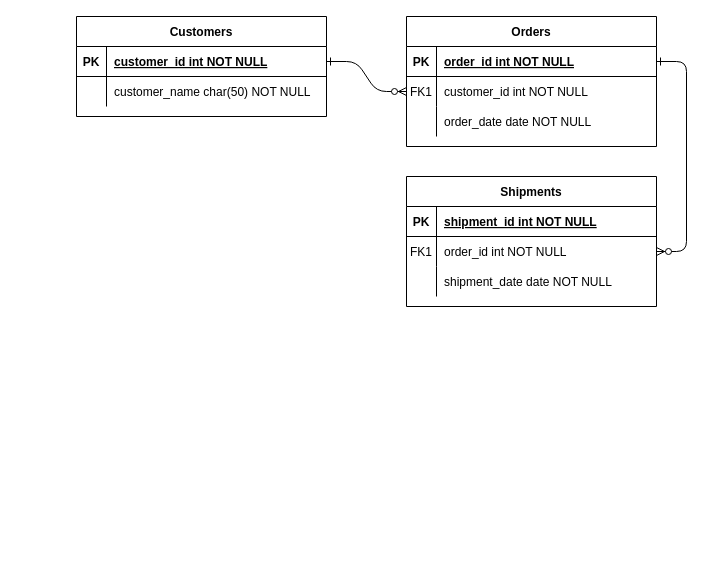
This is Untitled Diagram.drawio from san10p/nosql-er, a draw.io file, before an edit. Source tidied: cells renumbered, new cells numbered last; positions are measured from the earlier drawing's top-left corner, leaving out a move shared by most shapes. Both pictures are drawn from the tidied source at 100%, with x=0, y=0 at pixel (76, 16).
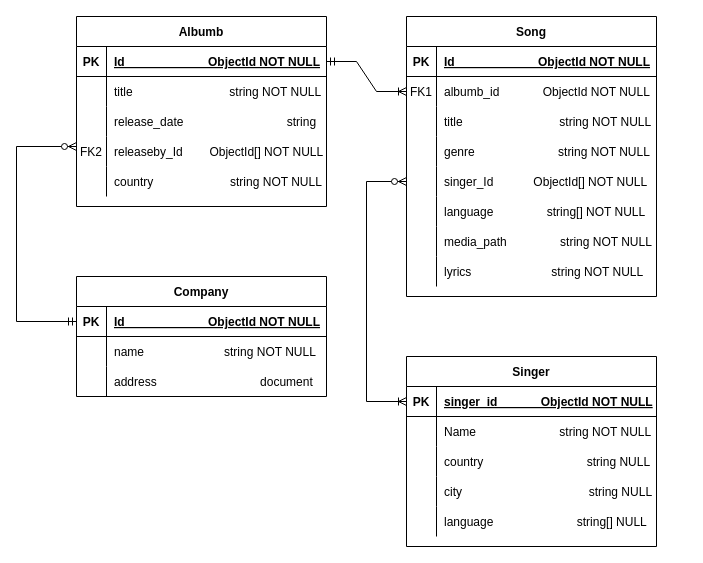
Above is the later version.

The change refers to these unchanged cells:
```xml
<mxCell id="5" style="shape=partialRectangle;fillColor=none;points=[[0,0.5],[1,0.5]];portConstraint=eastwest;top=0;left=0;right=0;bottom=1;" parent="4" vertex="1">
  <mxGeometry y="30" width="250" height="30" as="geometry" />
</mxCell>
<mxCell id="8" style="shape=partialRectangle;fillColor=none;points=[[0,0.5],[1,0.5]];portConstraint=eastwest;top=0;left=0;right=0;bottom=0;" parent="4" vertex="1">
  <mxGeometry y="60" width="250" height="30" as="geometry" />
</mxCell>
<mxCell id="11" style="shape=partialRectangle;fillColor=none;top=0;left=0;right=0;bottom=0;" parent="4" vertex="1">
  <mxGeometry y="90" width="250" height="30" as="geometry" />
</mxCell>
<mxCell id="15" style="shape=partialRectangle;fillColor=none;top=0;left=0;right=0;bottom=1;" parent="14" vertex="1">
  <mxGeometry y="30" width="250" height="30" as="geometry" />
</mxCell>
<mxCell id="18" style="shape=partialRectangle;fillColor=none;points=[[0,0.5],[1,0.5]];portConstraint=eastwest;top=0;left=0;right=0;bottom=0;" parent="14" vertex="1">
  <mxGeometry y="60" width="250" height="30" as="geometry" />
</mxCell>
<mxCell id="21" style="shape=partialRectangle;fillColor=none;top=0;left=0;right=0;bottom=0;" parent="14" vertex="1">
  <mxGeometry y="90" width="250" height="30" as="geometry" />
</mxCell>
<mxCell id="25" style="shape=partialRectangle;fillColor=none;points=[[0,0.5],[1,0.5]];portConstraint=eastwest;top=0;left=0;right=0;bottom=1;" parent="24" vertex="1">
  <mxGeometry y="30" width="250" height="30" as="geometry" />
</mxCell>
<mxCell id="28" style="shape=partialRectangle;fillColor=none;top=0;left=0;right=0;bottom=0;" parent="24" vertex="1">
  <mxGeometry y="60" width="250" height="30" as="geometry" />
</mxCell>
```

The edit, as a diff of the source:
```diff
@@
-    <mxCell id="2" style="edgeStyle=entityRelationEdgeStyle;endArrow=ERzeroToMany;startArrow=ERone;endFill=1;startFill=0;" parent="1" edge="1" source="25" target="8">
-      <mxGeometry relative="1" as="geometry" />
-    </mxCell>
-    <mxCell id="3" style="edgeStyle=entityRelationEdgeStyle;endArrow=ERzeroToMany;startArrow=ERone;endFill=1;startFill=0;" parent="1" edge="1" source="5" target="18">
-      <mxGeometry relative="1" as="geometry" />
-    </mxCell>
-    <mxCell id="4" value="Orders" style="shape=table;startSize=30;childLayout=tableLayout;rowLines=0;fontStyle=1;align=center;" parent="1" vertex="1">
-      <mxGeometry x="330" width="250" height="130" as="geometry" />
+    <mxCell id="4" value="Song" style="shape=table;startSize=30;childLayout=tableLayout;rowLines=0;fontStyle=1;align=center;" parent="1" vertex="1">
+      <mxGeometry x="330" width="250" height="280" as="geometry" />
     </mxCell>
@@
-    <mxCell id="7" value="order_id int NOT NULL " style="shape=partialRectangle;overflow=hidden;fillColor=none;top=0;left=0;bottom=0;right=0;align=left;spacingLeft=6;fontStyle=5;" parent="5" vertex="1">
+    <mxCell id="7" value="Id                         ObjectId NOT NULL " style="shape=partialRectangle;overflow=hidden;fillColor=none;top=0;left=0;bottom=0;right=0;align=left;spacingLeft=6;fontStyle=5;" parent="5" vertex="1">
       <mxGeometry x="30" width="220" height="30" as="geometry" />
     </mxCell>
@@
-    <mxCell id="10" value="customer_id int NOT NULL" style="shape=partialRectangle;overflow=hidden;fillColor=none;top=0;left=0;bottom=0;right=0;align=left;spacingLeft=6;" parent="8" vertex="1">
+    <mxCell id="10" value="albumb_id             ObjectId NOT NULL" style="shape=partialRectangle;overflow=hidden;fillColor=none;top=0;left=0;bottom=0;right=0;align=left;spacingLeft=6;" parent="8" vertex="1">
       <mxGeometry x="30" width="220" height="30" as="geometry" />
     </mxCell>
@@
-    <mxCell id="13" value="order_date date NOT NULL" style="shape=partialRectangle;overflow=hidden;fillColor=none;top=0;left=0;bottom=0;right=0;align=left;spacingLeft=6;" parent="11" vertex="1">
+    <mxCell id="13" value="title                             string NOT NULL" style="shape=partialRectangle;overflow=hidden;fillColor=none;top=0;left=0;bottom=0;right=0;align=left;spacingLeft=6;" parent="11" vertex="1">
       <mxGeometry x="30" width="220" height="30" as="geometry" />
     </mxCell>
+    <mxCell id="31" style="shape=partialRectangle;fillColor=none;top=0;left=0;right=0;bottom=0;" parent="4" vertex="1">
+      <mxGeometry y="120" width="250" height="30" as="geometry" />
+    </mxCell>
+    <mxCell id="32" style="shape=partialRectangle;overflow=hidden;fillColor=none;top=0;left=0;bottom=0;right=0;" parent="31" vertex="1">
+      <mxGeometry width="30" height="30" as="geometry" />
+    </mxCell>
+    <mxCell id="33" value="genre                         string NOT NULL" style="shape=partialRectangle;overflow=hidden;fillColor=none;top=0;left=0;bottom=0;right=0;align=left;spacingLeft=6;" parent="31" vertex="1">
+      <mxGeometry x="30" width="220" height="30" as="geometry" />
+    </mxCell>
+    <mxCell id="34" style="shape=partialRectangle;fillColor=none;points=[[0,0.5],[1,0.5]];portConstraint=eastwest;top=0;left=0;right=0;bottom=0;" parent="4" vertex="1">
+      <mxGeometry y="150" width="250" height="30" as="geometry" />
+    </mxCell>
+    <mxCell id="35" style="shape=partialRectangle;overflow=hidden;fillColor=none;top=0;left=0;bottom=0;right=0;" parent="34" vertex="1">
+      <mxGeometry width="30" height="30" as="geometry" />
+    </mxCell>
+    <mxCell id="36" value="singer_Id            ObjectId[] NOT NULL" style="shape=partialRectangle;overflow=hidden;fillColor=none;top=0;left=0;bottom=0;right=0;align=left;spacingLeft=6;" parent="34" vertex="1">
+      <mxGeometry x="30" width="220" height="30" as="geometry" />
+    </mxCell>
+    <mxCell id="37" style="shape=partialRectangle;fillColor=none;top=0;left=0;right=0;bottom=0;" parent="4" vertex="1">
+      <mxGeometry y="180" width="250" height="30" as="geometry" />
+    </mxCell>
+    <mxCell id="38" style="shape=partialRectangle;overflow=hidden;fillColor=none;top=0;left=0;bottom=0;right=0;" parent="37" vertex="1">
+      <mxGeometry width="30" height="30" as="geometry" />
+    </mxCell>
+    <mxCell id="39" value="language                string[] NOT NULL" style="shape=partialRectangle;overflow=hidden;fillColor=none;top=0;left=0;bottom=0;right=0;align=left;spacingLeft=6;" parent="37" vertex="1">
+      <mxGeometry x="30" width="220" height="30" as="geometry" />
+    </mxCell>
+    <mxCell id="40" style="shape=partialRectangle;fillColor=none;top=0;left=0;right=0;bottom=0;" parent="4" vertex="1">
+      <mxGeometry y="210" width="250" height="30" as="geometry" />
+    </mxCell>
+    <mxCell id="41" style="shape=partialRectangle;overflow=hidden;fillColor=none;top=0;left=0;bottom=0;right=0;" parent="40" vertex="1">
+      <mxGeometry width="30" height="30" as="geometry" />
+    </mxCell>
+    <mxCell id="42" value="media_path                string NOT NULL" style="shape=partialRectangle;overflow=hidden;fillColor=none;top=0;left=0;bottom=0;right=0;align=left;spacingLeft=6;" parent="40" vertex="1">
+      <mxGeometry x="30" width="220" height="30" as="geometry" />
+    </mxCell>
+    <mxCell id="43" style="shape=partialRectangle;fillColor=none;top=0;left=0;right=0;bottom=0;" parent="4" vertex="1">
+      <mxGeometry y="240" width="250" height="30" as="geometry" />
+    </mxCell>
+    <mxCell id="44" style="shape=partialRectangle;overflow=hidden;fillColor=none;top=0;left=0;bottom=0;right=0;" parent="43" vertex="1">
+      <mxGeometry width="30" height="30" as="geometry" />
+    </mxCell>
+    <mxCell id="45" value="lyrics                        string NOT NULL" style="shape=partialRectangle;overflow=hidden;fillColor=none;top=0;left=0;bottom=0;right=0;align=left;spacingLeft=6;" parent="43" vertex="1">
+      <mxGeometry x="30" width="220" height="30" as="geometry" />
+    </mxCell>
-    <mxCell id="14" value="Shipments" style="shape=table;startSize=30;childLayout=tableLayout;rowLines=0;fontStyle=1;align=center;" parent="1" vertex="1">
-      <mxGeometry x="330" y="160" width="250" height="130" as="geometry" />
+    <mxCell id="14" value="Singer" style="shape=table;startSize=30;childLayout=tableLayout;rowLines=0;fontStyle=1;align=center;" parent="1" vertex="1">
+      <mxGeometry x="330" y="340" width="250" height="190" as="geometry" />
     </mxCell>
@@
-    <mxCell id="17" value="shipment_id int NOT NULL " style="shape=partialRectangle;overflow=hidden;fillColor=none;top=0;left=0;bottom=0;right=0;align=left;spacingLeft=6;fontStyle=5;" parent="15" vertex="1">
+    <mxCell id="17" value="singer_id             ObjectId NOT NULL " style="shape=partialRectangle;overflow=hidden;fillColor=none;top=0;left=0;bottom=0;right=0;align=left;spacingLeft=6;fontStyle=5;" parent="15" vertex="1">
       <mxGeometry x="30" width="220" height="30" as="geometry" />
     </mxCell>
@@
-    <mxCell id="19" value="FK1" style="shape=partialRectangle;overflow=hidden;fillColor=none;top=0;left=0;bottom=0;right=0;" parent="18" vertex="1">
+    <mxCell id="19" style="shape=partialRectangle;overflow=hidden;fillColor=none;top=0;left=0;bottom=0;right=0;" parent="18" vertex="1">
       <mxGeometry width="30" height="30" as="geometry" />
     </mxCell>
-    <mxCell id="20" value="order_id int NOT NULL" style="shape=partialRectangle;overflow=hidden;fillColor=none;top=0;left=0;bottom=0;right=0;align=left;spacingLeft=6;" parent="18" vertex="1">
+    <mxCell id="20" value="Name                         string NOT NULL" style="shape=partialRectangle;overflow=hidden;fillColor=none;top=0;left=0;bottom=0;right=0;align=left;spacingLeft=6;" parent="18" vertex="1">
       <mxGeometry x="30" width="220" height="30" as="geometry" />
     </mxCell>
@@
-    <mxCell id="23" value="shipment_date date NOT NULL" style="shape=partialRectangle;overflow=hidden;fillColor=none;top=0;left=0;bottom=0;right=0;align=left;spacingLeft=6;" parent="21" vertex="1">
+    <mxCell id="23" value="country                               string NULL" style="shape=partialRectangle;overflow=hidden;fillColor=none;top=0;left=0;bottom=0;right=0;align=left;spacingLeft=6;" parent="21" vertex="1">
       <mxGeometry x="30" width="220" height="30" as="geometry" />
     </mxCell>
+    <mxCell id="46" style="shape=partialRectangle;fillColor=none;top=0;left=0;right=0;bottom=0;" parent="14" vertex="1">
+      <mxGeometry y="120" width="250" height="30" as="geometry" />
+    </mxCell>
+    <mxCell id="47" style="shape=partialRectangle;overflow=hidden;fillColor=none;top=0;left=0;bottom=0;right=0;" parent="46" vertex="1">
+      <mxGeometry width="30" height="30" as="geometry" />
+    </mxCell>
+    <mxCell id="48" value="city                                      string NULL" style="shape=partialRectangle;overflow=hidden;fillColor=none;top=0;left=0;bottom=0;right=0;align=left;spacingLeft=6;" parent="46" vertex="1">
+      <mxGeometry x="30" width="220" height="30" as="geometry" />
+    </mxCell>
+    <mxCell id="49" style="shape=partialRectangle;fillColor=none;top=0;left=0;right=0;bottom=0;" parent="14" vertex="1">
+      <mxGeometry y="150" width="250" height="30" as="geometry" />
+    </mxCell>
+    <mxCell id="50" style="shape=partialRectangle;overflow=hidden;fillColor=none;top=0;left=0;bottom=0;right=0;" parent="49" vertex="1">
+      <mxGeometry width="30" height="30" as="geometry" />
+    </mxCell>
+    <mxCell id="51" value="language                         string[] NULL" style="shape=partialRectangle;overflow=hidden;fillColor=none;top=0;left=0;bottom=0;right=0;align=left;spacingLeft=6;" parent="49" vertex="1">
+      <mxGeometry x="30" width="220" height="30" as="geometry" />
+    </mxCell>
-    <mxCell id="24" value="Customers" style="shape=table;startSize=30;childLayout=tableLayout;rowLines=0;fontStyle=1;align=center;" parent="1" vertex="1">
-      <mxGeometry width="250" height="100" as="geometry" />
+    <mxCell id="24" value="Albumb" style="shape=table;startSize=30;childLayout=tableLayout;rowLines=0;fontStyle=1;align=center;" parent="1" vertex="1">
+      <mxGeometry width="250" height="190" as="geometry" />
     </mxCell>
@@
-    <mxCell id="27" value="customer_id int NOT NULL " style="shape=partialRectangle;overflow=hidden;fillColor=none;top=0;left=0;bottom=0;right=0;align=left;spacingLeft=6;fontStyle=5;" parent="25" vertex="1">
+    <mxCell id="27" value="Id                         ObjectId NOT NULL " style="shape=partialRectangle;overflow=hidden;fillColor=none;top=0;left=0;bottom=0;right=0;align=left;spacingLeft=6;fontStyle=5;" parent="25" vertex="1">
       <mxGeometry x="30" width="220" height="30" as="geometry" />
     </mxCell>
@@
-    <mxCell id="30" value="customer_name char(50) NOT NULL" style="shape=partialRectangle;overflow=hidden;fillColor=none;top=0;left=0;bottom=0;right=0;align=left;spacingLeft=6;" parent="28" vertex="1">
+    <mxCell id="30" value="title                             string NOT NULL" style="shape=partialRectangle;overflow=hidden;fillColor=none;top=0;left=0;bottom=0;right=0;align=left;spacingLeft=6;" parent="28" vertex="1">
       <mxGeometry x="30" width="220" height="30" as="geometry" />
     </mxCell>
+    <mxCell id="52" style="shape=partialRectangle;fillColor=none;top=0;left=0;right=0;bottom=0;" parent="24" vertex="1">
+      <mxGeometry y="90" width="250" height="30" as="geometry" />
+    </mxCell>
+    <mxCell id="53" style="shape=partialRectangle;overflow=hidden;fillColor=none;top=0;left=0;bottom=0;right=0;" parent="52" vertex="1">
+      <mxGeometry width="30" height="30" as="geometry" />
+    </mxCell>
+    <mxCell id="54" value="release_date                               string" style="shape=partialRectangle;overflow=hidden;fillColor=none;top=0;left=0;bottom=0;right=0;align=left;spacingLeft=6;" parent="52" vertex="1">
+      <mxGeometry x="30" width="220" height="30" as="geometry" />
+    </mxCell>
+    <mxCell id="55" style="shape=partialRectangle;fillColor=none;top=0;left=0;right=0;bottom=0;" parent="24" vertex="1">
+      <mxGeometry y="120" width="250" height="30" as="geometry" />
+    </mxCell>
+    <mxCell id="56" value="FK2" style="shape=partialRectangle;overflow=hidden;fillColor=none;top=0;left=0;bottom=0;right=0;" parent="55" vertex="1">
+      <mxGeometry width="30" height="30" as="geometry" />
+    </mxCell>
+    <mxCell id="57" value="releaseby_Id        ObjectId[] NOT NULL" style="shape=partialRectangle;overflow=hidden;fillColor=none;top=0;left=0;bottom=0;right=0;align=left;spacingLeft=6;" parent="55" vertex="1">
+      <mxGeometry x="30" width="220" height="30" as="geometry" />
+    </mxCell>
+    <mxCell id="58" style="shape=partialRectangle;fillColor=none;top=0;left=0;right=0;bottom=0;" parent="24" vertex="1">
+      <mxGeometry y="150" width="250" height="30" as="geometry" />
+    </mxCell>
+    <mxCell id="59" style="shape=partialRectangle;overflow=hidden;fillColor=none;top=0;left=0;bottom=0;right=0;" parent="58" vertex="1">
+      <mxGeometry width="30" height="30" as="geometry" />
+    </mxCell>
+    <mxCell id="60" value="country                       string NOT NULL" style="shape=partialRectangle;overflow=hidden;fillColor=none;top=0;left=0;bottom=0;right=0;align=left;spacingLeft=6;" parent="58" vertex="1">
+      <mxGeometry x="30" width="220" height="30" as="geometry" />
+    </mxCell>
+    <mxCell id="61" value="Company" style="shape=table;startSize=30;childLayout=tableLayout;rowLines=0;fontStyle=1;align=center;" parent="1" vertex="1">
+      <mxGeometry y="260" width="250" height="120" as="geometry" />
+    </mxCell>
+    <mxCell id="62" style="shape=partialRectangle;fillColor=none;points=[[0,0.5],[1,0.5]];portConstraint=eastwest;top=0;left=0;right=0;bottom=1;" parent="61" vertex="1">
+      <mxGeometry y="30" width="250" height="30" as="geometry" />
+    </mxCell>
+    <mxCell id="63" value="PK" style="shape=partialRectangle;overflow=hidden;fillColor=none;top=0;left=0;bottom=0;right=0;fontStyle=1;" parent="62" vertex="1">
+      <mxGeometry width="30" height="30" as="geometry" />
+    </mxCell>
+    <mxCell id="64" value="Id                         ObjectId NOT NULL " style="shape=partialRectangle;overflow=hidden;fillColor=none;top=0;left=0;bottom=0;right=0;align=left;spacingLeft=6;fontStyle=5;" parent="62" vertex="1">
+      <mxGeometry x="30" width="220" height="30" as="geometry" />
+    </mxCell>
+    <mxCell id="65" style="shape=partialRectangle;fillColor=none;top=0;left=0;right=0;bottom=0;" parent="61" vertex="1">
+      <mxGeometry y="60" width="250" height="30" as="geometry" />
+    </mxCell>
+    <mxCell id="66" style="shape=partialRectangle;overflow=hidden;fillColor=none;top=0;left=0;bottom=0;right=0;" parent="65" vertex="1">
+      <mxGeometry width="30" height="30" as="geometry" />
+    </mxCell>
+    <mxCell id="67" value="name                        string NOT NULL" style="shape=partialRectangle;overflow=hidden;fillColor=none;top=0;left=0;bottom=0;right=0;align=left;spacingLeft=6;" parent="65" vertex="1">
+      <mxGeometry x="30" width="220" height="30" as="geometry" />
+    </mxCell>
+    <mxCell id="68" style="shape=partialRectangle;fillColor=none;top=0;left=0;right=0;bottom=0;" parent="61" vertex="1">
+      <mxGeometry y="90" width="250" height="30" as="geometry" />
+    </mxCell>
+    <mxCell id="69" style="shape=partialRectangle;overflow=hidden;fillColor=none;top=0;left=0;bottom=0;right=0;" parent="68" vertex="1">
+      <mxGeometry width="30" height="30" as="geometry" />
+    </mxCell>
+    <mxCell id="70" value="address                               document" style="shape=partialRectangle;overflow=hidden;fillColor=none;top=0;left=0;bottom=0;right=0;align=left;spacingLeft=6;" parent="68" vertex="1">
+      <mxGeometry x="30" width="220" height="30" as="geometry" />
+    </mxCell>
+    <mxCell id="71" style="edgeStyle=elbowEdgeStyle;fontSize=12;html=1;endArrow=ERoneToMany;startArrow=ERzeroToMany;rounded=0;exitX=0;exitY=0.5;exitDx=0;exitDy=0;" parent="1" edge="1" source="34">
+      <mxGeometry relative="1" as="geometry">
+        <mxPoint x="330" y="385" as="targetPoint" />
+        <Array as="points">
+          <mxPoint x="290" y="280" />
+        </Array>
+      </mxGeometry>
+    </mxCell>
+    <mxCell id="2" style="edgeStyle=entityRelationEdgeStyle;fontSize=12;html=1;endArrow=ERoneToMany;startArrow=ERmandOne;rounded=0;exitX=1;exitY=0.5;exitDx=0;exitDy=0;entryX=0;entryY=0.5;entryDx=0;entryDy=0;" parent="1" edge="1" source="25" target="8">
+      <mxGeometry relative="1" as="geometry" />
+    </mxCell>
+    <mxCell id="72" style="edgeStyle=elbowEdgeStyle;fontSize=12;html=1;endArrow=ERzeroToMany;startArrow=ERmandOne;rounded=0;exitX=0;exitY=0.5;exitDx=0;exitDy=0;" parent="1" edge="1" source="62">
+      <mxGeometry relative="1" as="geometry">
+        <mxPoint y="130" as="targetPoint" />
+        <Array as="points">
+          <mxPoint x="-60" y="220" />
+        </Array>
+      </mxGeometry>
+    </mxCell>
```
